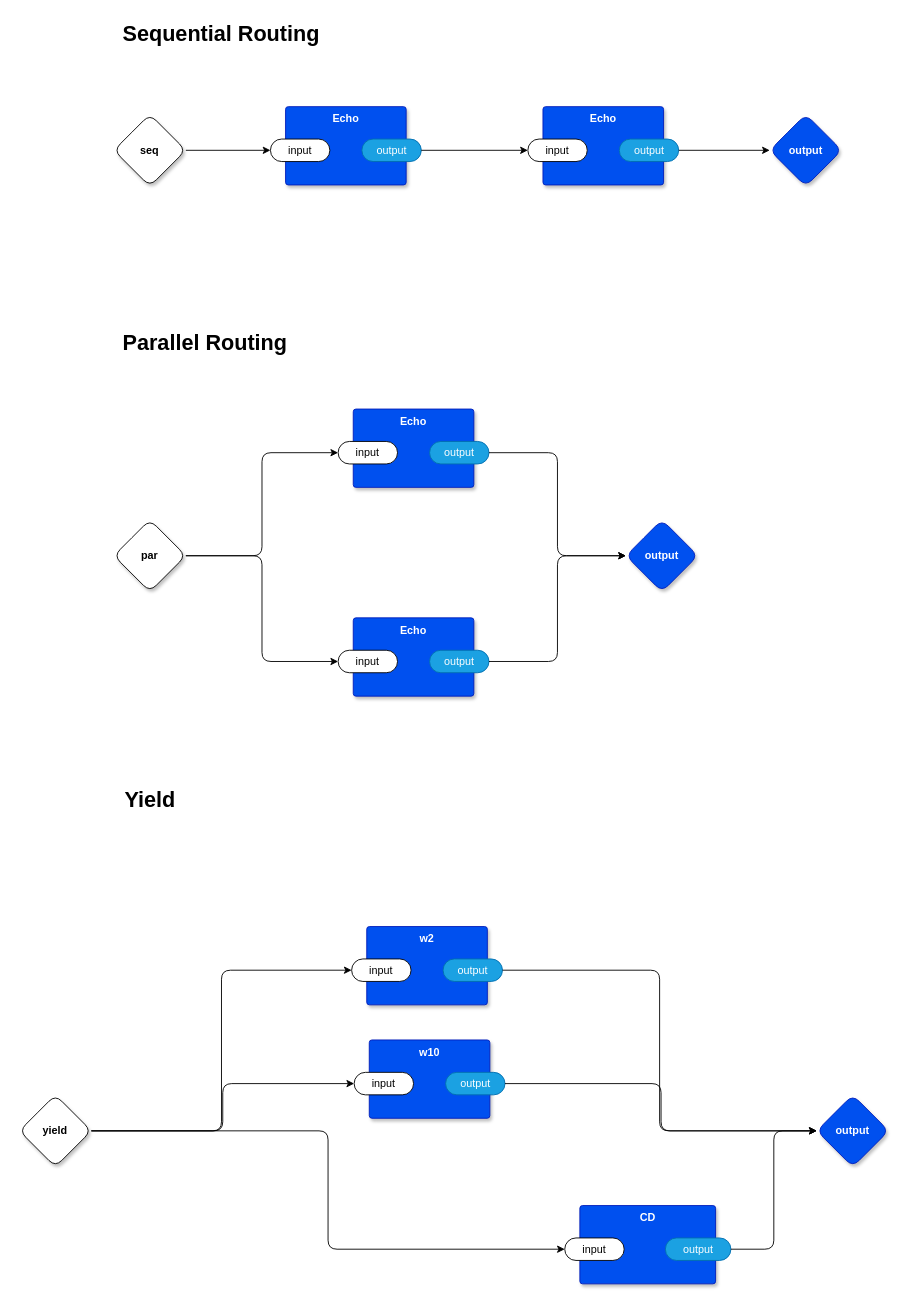
guitarvydas/odin0d keeps this draw.io diagram as page "main" (1 of 5) of example.drawio. Above is the earlier version. Source tidied: cells renumbered, new cells numbered last; positions are measured from the earlier drawing's top-left corner, leaving out a move shared by most shapes. Both pictures are drawn from the tidied source at 90%, with x=0, y=0 at pixel (19, 15).
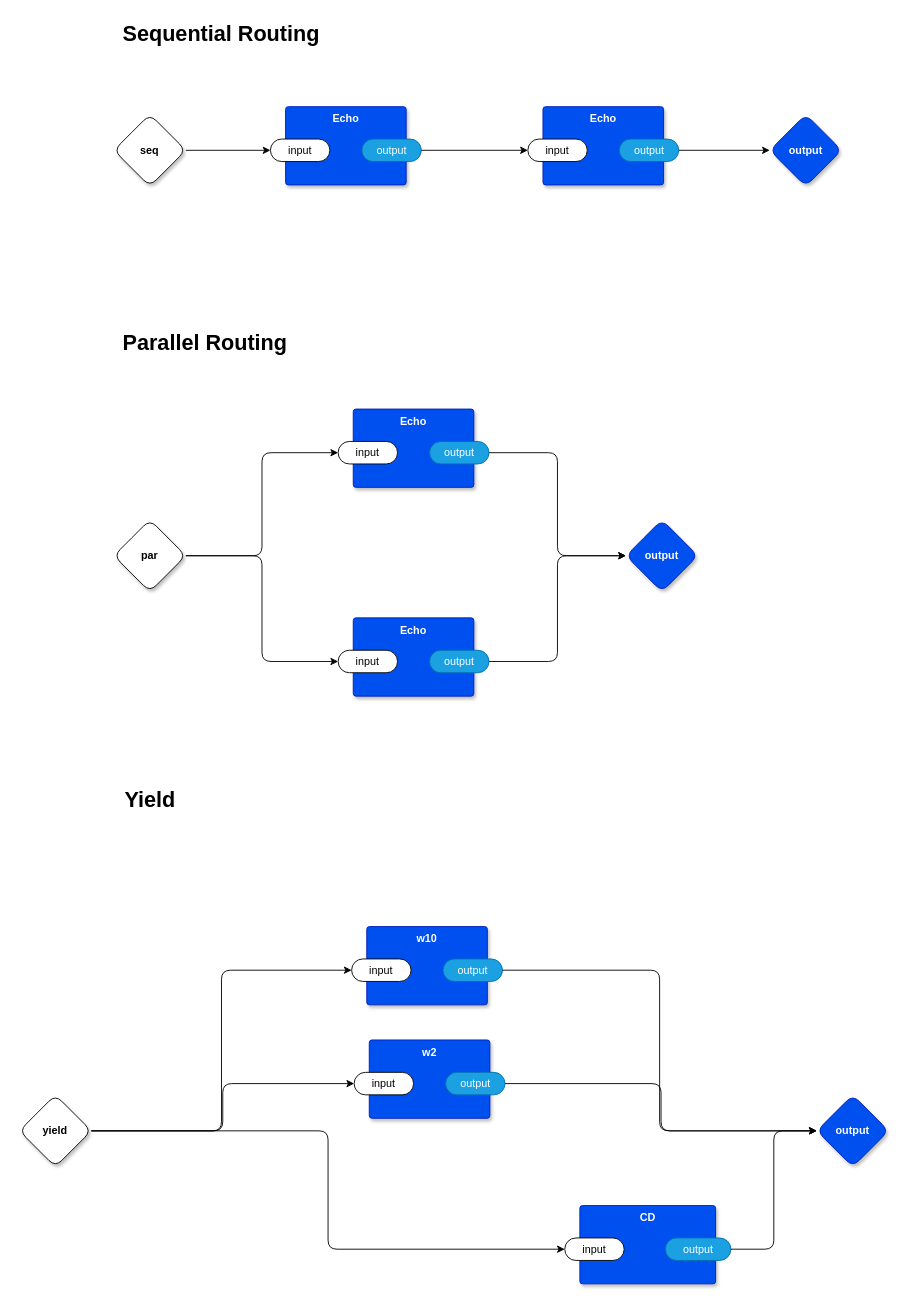
Above is the later version.

Change to the diagram source:
```diff
@@
-    <mxCell id="33" value="w10" style="rounded=1;whiteSpace=wrap;html=1;sketch=0;verticalAlign=top;arcSize=6;fontStyle=1;absoluteArcSize=1;shadow=1;strokeColor=#001DBC;fillColor=#0050ef;fontColor=#ffffff;" parent="1" vertex="1">
+    <mxCell id="33" value="w2" style="rounded=1;whiteSpace=wrap;html=1;sketch=0;verticalAlign=top;arcSize=6;fontStyle=1;absoluteArcSize=1;shadow=1;strokeColor=#001DBC;fillColor=#0050ef;fontColor=#ffffff;" parent="1" vertex="1">
       <mxGeometry x="388.8" y="1138" width="134" height="87" as="geometry" />
     </mxCell>
@@
-    <mxCell id="37" value="w2" style="rounded=1;whiteSpace=wrap;html=1;sketch=0;verticalAlign=top;arcSize=6;fontStyle=1;absoluteArcSize=1;shadow=1;strokeColor=#001DBC;fillColor=#0050ef;fontColor=#ffffff;" parent="1" vertex="1">
+    <mxCell id="37" value="w10" style="rounded=1;whiteSpace=wrap;html=1;sketch=0;verticalAlign=top;arcSize=6;fontStyle=1;absoluteArcSize=1;shadow=1;strokeColor=#001DBC;fillColor=#0050ef;fontColor=#ffffff;" parent="1" vertex="1">
       <mxGeometry x="386" y="1012" width="134" height="87" as="geometry" />
     </mxCell>
```
